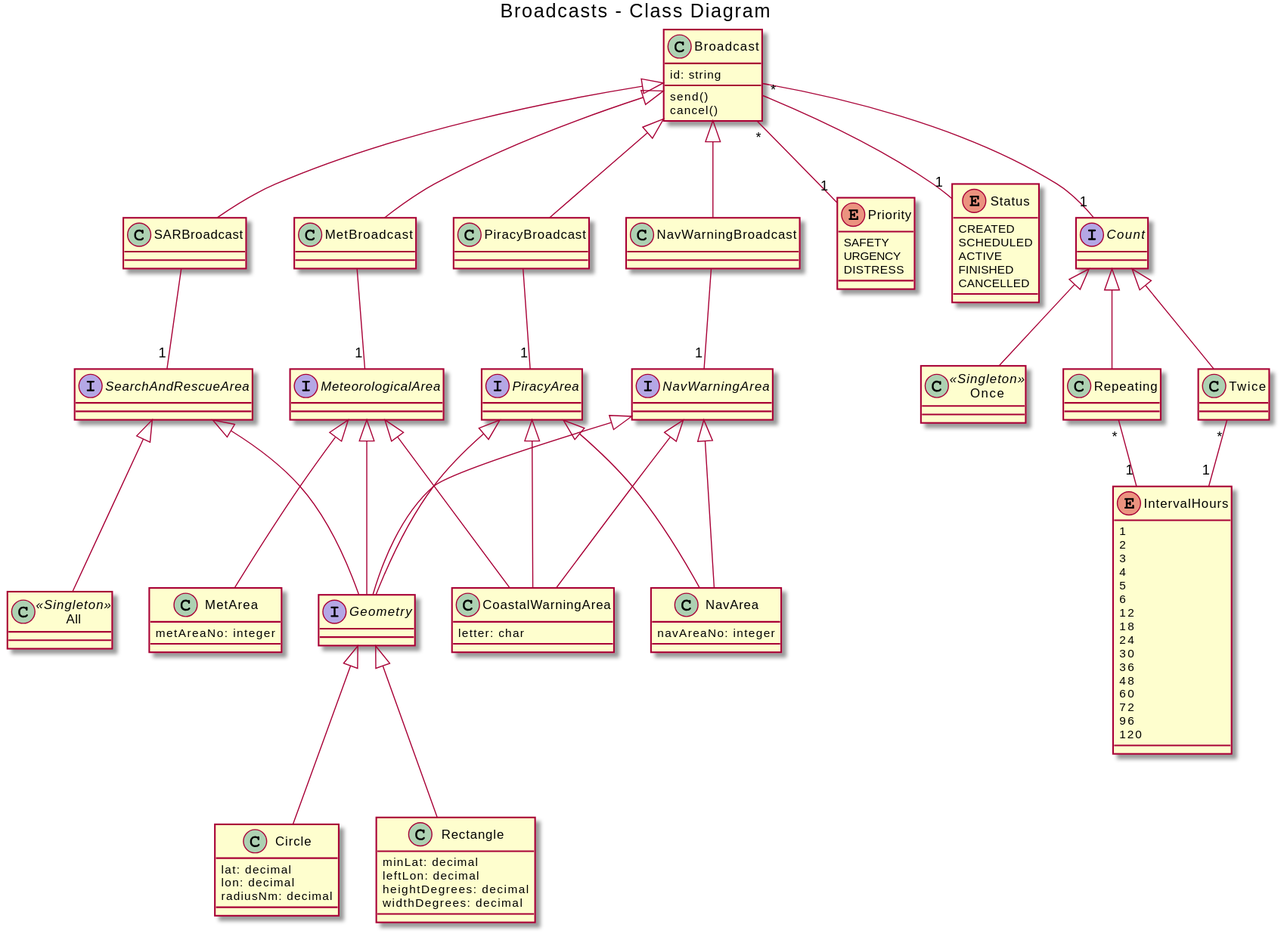
The PlantUML diagram c-code-class-diagram.svg in amsa-code/egc-api, before a commit.
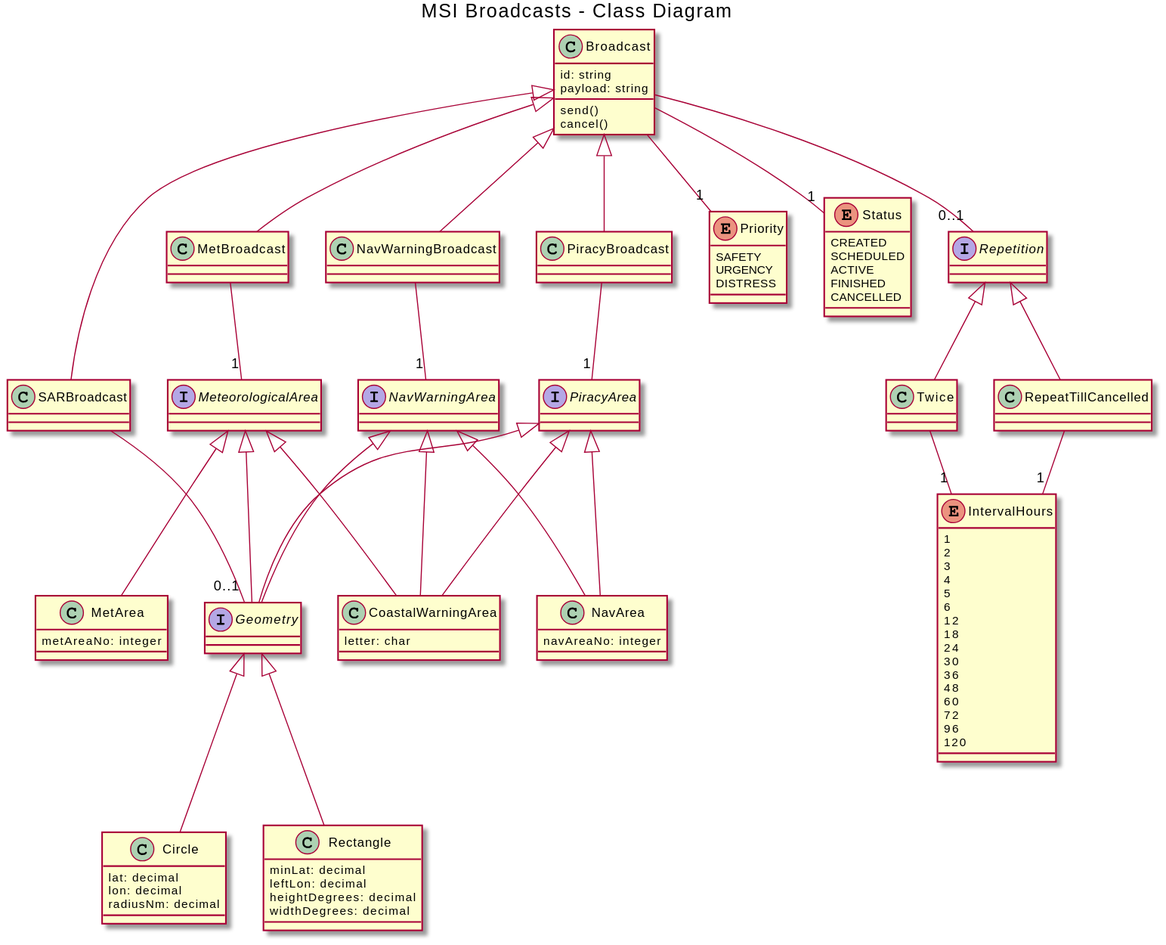
The same diagram one commit later.

The edit, as a diff of the source:
```diff
@@ -1,8 +1,9 @@
 @startuml
-title Broadcasts - Class Diagram
+title MSI Broadcasts - Class Diagram
 
 class Broadcast {
   id: string
+  payload: string
   send()
   cancel()
 }
@@ -41,17 +42,15 @@
   120
 }
 
-interface Count
-class Once <<Singleton>>
+interface Repetition
 class Twice
-class Repeating
+class RepeatTillCancelled
 
-Broadcast -- "1" Count
-Count <|-- Once
-Count <|-- Twice
-Count <|-- Repeating
-Twice "*" -- "1" IntervalHours
-Repeating "*" -- "1" IntervalHours
+Broadcast -- "0..1" Repetition
+Repetition <|-- Twice
+Repetition <|-- RepeatTillCancelled
+Twice -- "1" IntervalHours
+RepeatTillCancelled  -- "1" IntervalHours
 
 class MetArea {
   metAreaNo: integer
@@ -74,10 +73,8 @@
   widthDegrees: decimal
 }
 interface Geometry
-class All <<Singleton>>
 interface NavWarningArea
 interface MeteorologicalArea
-interface SearchAndRescueArea
 interface PiracyArea
 
 Geometry <|-- Circle
@@ -91,9 +88,6 @@
 MeteorologicalArea <|-- CoastalWarningArea
 MeteorologicalArea <|-- MetArea
 
-SearchAndRescueArea <|-- Geometry
-SearchAndRescueArea <|-- All
-
 PiracyArea <|-- Geometry
 PiracyArea <|-- CoastalWarningArea
 PiracyArea <|-- NavArea
@@ -103,11 +97,11 @@
 Broadcast <|-- PiracyBroadcast
 Broadcast <|-- NavWarningBroadcast
 
-SARBroadcast  -- "1" SearchAndRescueArea
+SARBroadcast  -- "0..1" Geometry
 MetBroadcast  -- "1" MeteorologicalArea
 NavWarningBroadcast  -- "1" NavWarningArea
 PiracyBroadcast -- "1" PiracyArea
 
-Broadcast "*" -- "1" Priority
-Broadcast "*" -- "1" Status
+Broadcast -- "1" Priority
+Broadcast -- "1" Status
 @enduml
```
